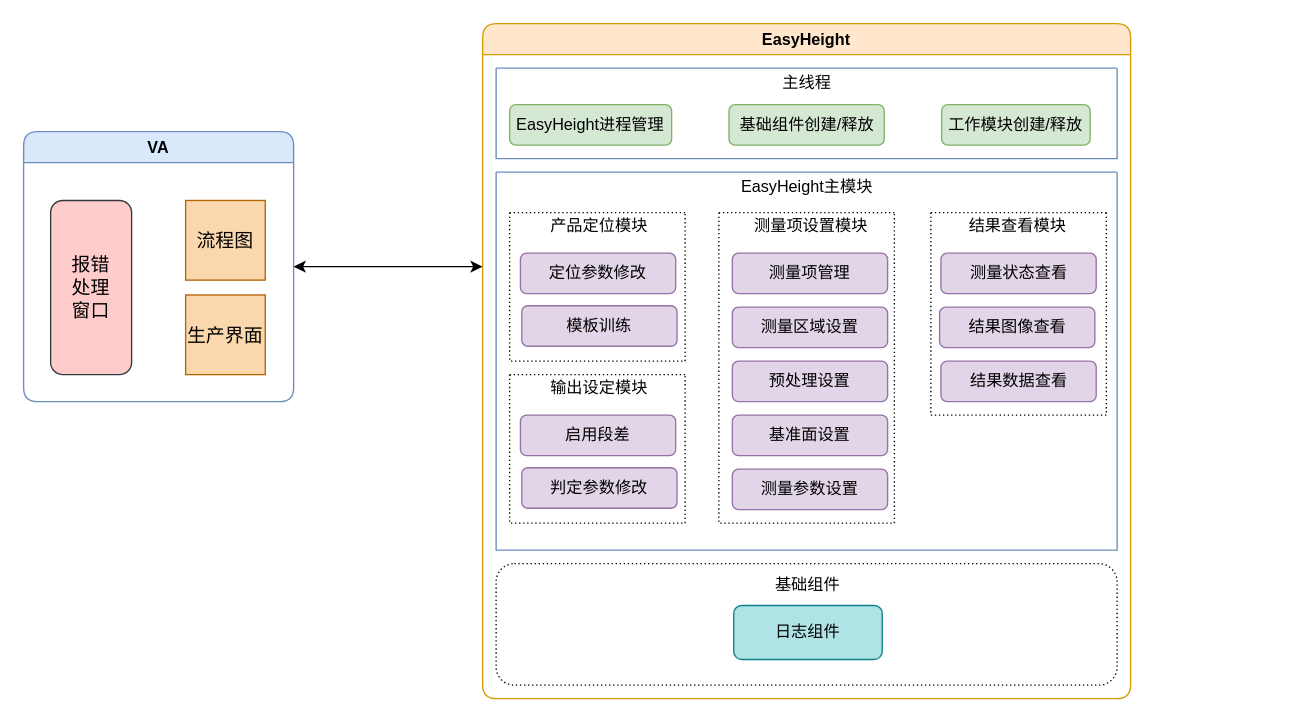
Earlier version of the draw.io diagram EasyHeight.Framework.drawio (joeaaron/OnlineDiagram). Source tidied: cells renumbered, new cells numbered last; positions are measured from the earlier drawing's top-left corner, leaving out a move shared by most shapes. Both pictures are drawn from the tidied source at 135%, with x=0, y=0 at pixel (23, 23).
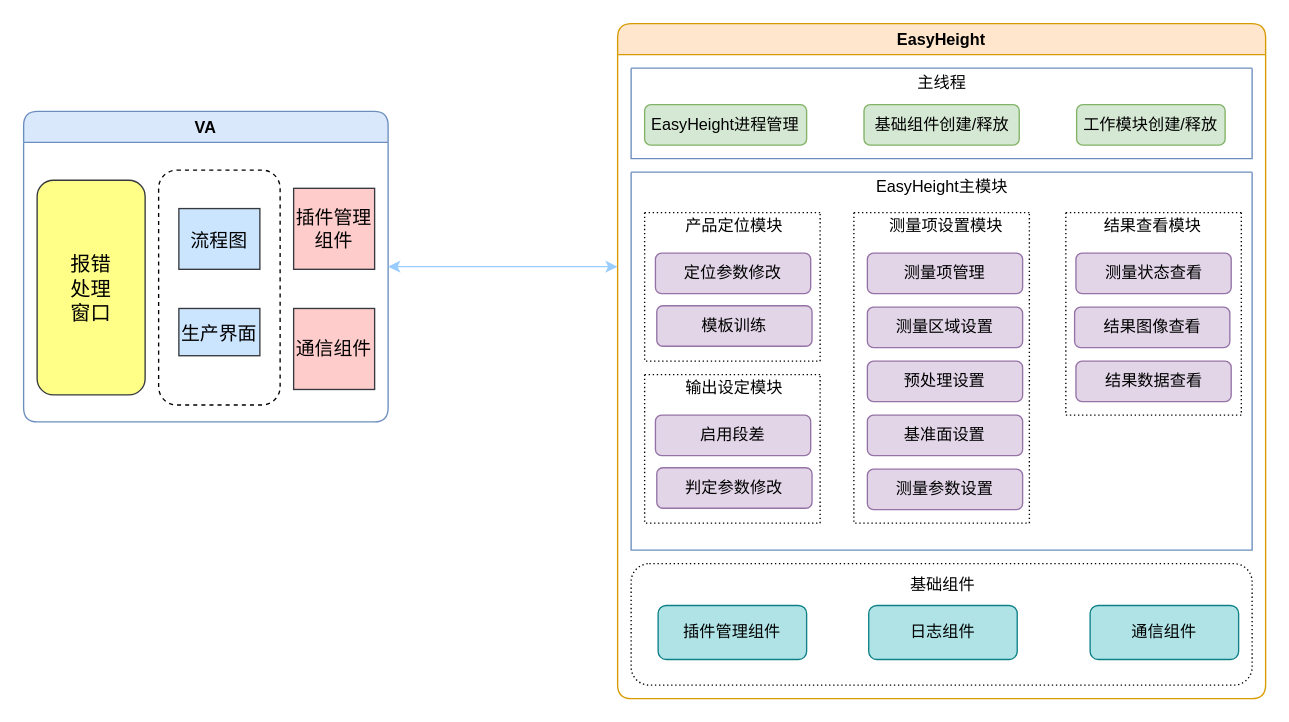
After the change.

Diff of the diagram source:
```diff
@@
     <mxCell id="2" value="VA" style="swimlane;fillColor=#dae8fc;strokeColor=#6c8ebf;rounded=1;" parent="1" vertex="1">
-      <mxGeometry y="80" width="200" height="200" as="geometry" />
+      <mxGeometry y="65" width="270" height="230" as="geometry" />
     </mxCell>
-    <mxCell id="3" value="&lt;font style=&quot;font-size: 14px&quot;&gt;报错&lt;br&gt;处理&lt;br&gt;窗口&lt;/font&gt;" style="rounded=1;whiteSpace=wrap;html=1;shadow=0;fillColor=#ffcccc;strokeColor=#36393d;" parent="2" vertex="1">
-      <mxGeometry x="20" y="51" width="60" height="129" as="geometry" />
+    <mxCell id="3" value="&lt;font style=&quot;font-size: 15px&quot;&gt;报错&lt;br&gt;处理&lt;br&gt;窗口&lt;/font&gt;" style="rounded=1;whiteSpace=wrap;html=1;shadow=0;fillColor=#ffff88;strokeColor=#36393d;" parent="2" vertex="1">
+      <mxGeometry x="10" y="51" width="80" height="159" as="geometry" />
     </mxCell>
+    <mxCell id="38" style="rounded=1;whiteSpace=wrap;html=1;fontSize=15;strokeWidth=1;dashed=1;" parent="2" vertex="1">
+      <mxGeometry x="100" y="43.5" width="90" height="174" as="geometry" />
+    </mxCell>
-    <mxCell id="4" value="流程图" style="whiteSpace=wrap;html=1;rounded=0;shadow=0;fontSize=14;fillColor=#fad7ac;strokeColor=#b46504;" parent="2" vertex="1">
-      <mxGeometry x="120" y="51" width="59" height="59" as="geometry" />
+    <mxCell id="4" value="&lt;font style=&quot;font-size: 14px&quot;&gt;流程图&lt;/font&gt;" style="rounded=0;whiteSpace=wrap;html=1;fontSize=15;strokeWidth=1;fillColor=#cce5ff;strokeColor=#36393d;" parent="2" vertex="1">
+      <mxGeometry x="115" y="72" width="60" height="45" as="geometry" />
     </mxCell>
-    <mxCell id="5" value="生产界面" style="whiteSpace=wrap;html=1;rounded=0;shadow=0;fontSize=14;fillColor=#fad7ac;strokeColor=#b46504;" parent="2" vertex="1">
-      <mxGeometry x="120" y="121" width="59" height="59" as="geometry" />
+    <mxCell id="5" value="&lt;font style=&quot;font-size: 14px&quot;&gt;生产界面&lt;/font&gt;" style="rounded=0;whiteSpace=wrap;html=1;fontSize=15;strokeWidth=1;fillColor=#cce5ff;strokeColor=#36393d;" parent="2" vertex="1">
+      <mxGeometry x="115" y="146" width="60" height="35" as="geometry" />
     </mxCell>
+    <mxCell id="39" value="插件管理组件" style="whiteSpace=wrap;html=1;fontSize=14;strokeWidth=1;fillColor=#ffcccc;strokeColor=#36393d;" parent="2" vertex="1">
+      <mxGeometry x="200" y="57" width="60" height="60" as="geometry" />
+    </mxCell>
+    <mxCell id="40" value="通信组件" style="whiteSpace=wrap;html=1;fontSize=14;strokeWidth=1;fillColor=#ffcccc;strokeColor=#36393d;" parent="2" vertex="1">
+      <mxGeometry x="200" y="146" width="60" height="60" as="geometry" />
+    </mxCell>
     <mxCell id="6" value="EasyHeight" style="swimlane;fillColor=#ffe6cc;strokeColor=#d79b00;rounded=1;" parent="1" vertex="1">
-      <mxGeometry x="340" width="480" height="500" as="geometry" />
+      <mxGeometry x="440" width="480" height="500" as="geometry" />
     </mxCell>
@@
+    <mxCell id="41" value="插件管理组件" style="rounded=1;whiteSpace=wrap;html=1;shadow=0;fillColor=#b0e3e6;strokeColor=#0e8088;" parent="6" vertex="1">
+      <mxGeometry x="30" y="431" width="110" height="40" as="geometry" />
+    </mxCell>
+    <mxCell id="42" value="通信组件" style="rounded=1;whiteSpace=wrap;html=1;shadow=0;fillColor=#b0e3e6;strokeColor=#0e8088;" parent="6" vertex="1">
+      <mxGeometry x="350" y="431" width="110" height="40" as="geometry" />
+    </mxCell>
-    <mxCell id="37" style="endArrow=classic;startArrow=classic;html=1;rounded=1;exitX=1;exitY=0.5;exitDx=0;exitDy=0;" parent="1" edge="1" source="2">
+    <mxCell id="37" style="endArrow=classic;startArrow=classic;html=1;rounded=1;exitX=1;exitY=0.5;exitDx=0;exitDy=0;strokeColor=#99CCFF;" parent="1" edge="1" source="2">
       <mxGeometry relative="1" as="geometry">
-        <mxPoint x="340" y="180" as="targetPoint" />
+        <mxPoint x="440" y="180" as="targetPoint" />
       </mxGeometry>
     </mxCell>
```
